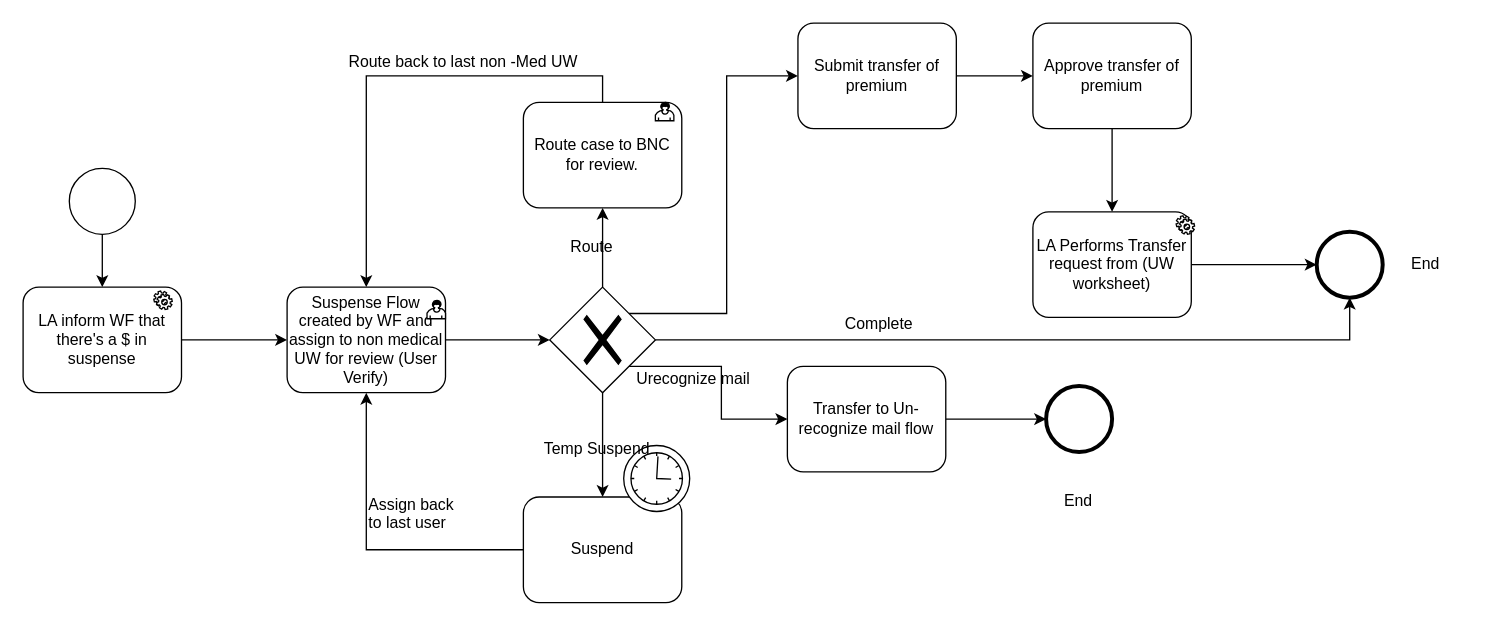
The draw.io diagram page "Suspense" (12 of 12) of Jeff.drawio in Jefferzonlee/WorkFlow-BPR, before the edit. Source tidied: cells renumbered, new cells numbered last; positions are measured from the earlier drawing's top-left corner, leaving out a move shared by most shapes. Both pictures are drawn from the tidied source at 132%, with x=0, y=0 at pixel (22, 22).
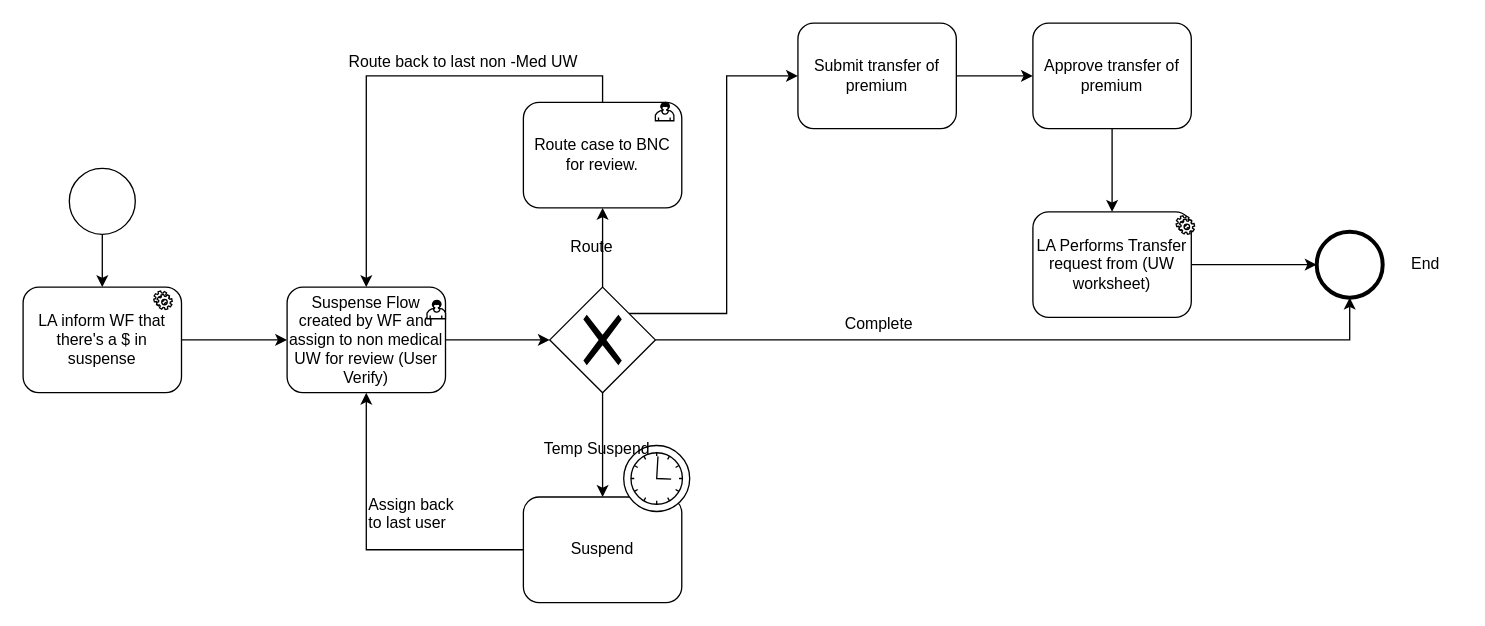
After the change.

The change refers to these unchanged cells:
```xml
<mxCell id="14" style="shape=mxgraph.bpmn.shape;html=1;verticalLabelPosition=bottom;labelBackgroundColor=#ffffff;verticalAlign=top;align=center;perimeter=rhombusPerimeter;background=gateway;outlineConnect=0;outline=none;symbol=exclusiveGw;" parent="1" vertex="1">
  <mxGeometry x="399" y="200" width="80" height="80" as="geometry" />
</mxCell>
```

Change to the diagram source:
```diff
@@
-    <mxCell id="12" style="edgeStyle=orthogonalEdgeStyle;rounded=0;jettySize=auto;html=1;exitX=0.75;exitY=0.75;exitDx=0;exitDy=0;exitPerimeter=0;entryX=0;entryY=0.5;entryDx=0;entryDy=0;" parent="1" edge="1" source="14" target="29">
-      <mxGeometry relative="1" as="geometry" />
-    </mxCell>
@@
-    <mxCell id="28" style="edgeStyle=orthogonalEdgeStyle;rounded=0;jettySize=auto;html=1;entryX=0;entryY=0.5;entryDx=0;entryDy=0;" parent="1" edge="1" source="29" target="31">
-      <mxGeometry relative="1" as="geometry" />
-    </mxCell>
-    <mxCell id="29" value="Transfer to Un-recognize mail flow" style="shape=ext;rounded=1;html=1;whiteSpace=wrap;" parent="1" vertex="1">
-      <mxGeometry x="579" y="260" width="120" height="80" as="geometry" />
-    </mxCell>
-    <mxCell id="30" value="Urecognize mail" style="text;html=1;align=left;verticalAlign=top;spacingTop=-4;" parent="1" vertex="1">
-      <mxGeometry x="463" y="260" width="100" height="20" as="geometry" />
-    </mxCell>
-    <mxCell id="31" style="shape=mxgraph.bpmn.shape;html=1;verticalLabelPosition=bottom;labelBackgroundColor=#ffffff;verticalAlign=top;align=center;perimeter=ellipsePerimeter;outlineConnect=0;outline=end;symbol=general;" parent="1" vertex="1">
-      <mxGeometry x="775" y="275" width="50" height="50" as="geometry" />
-    </mxCell>
@@
-    <mxCell id="33" value="End" style="text;html=1;align=left;verticalAlign=top;spacingTop=-4;" parent="1" vertex="1">
-      <mxGeometry x="787" y="352" width="40" height="20" as="geometry" />
-    </mxCell>
```
